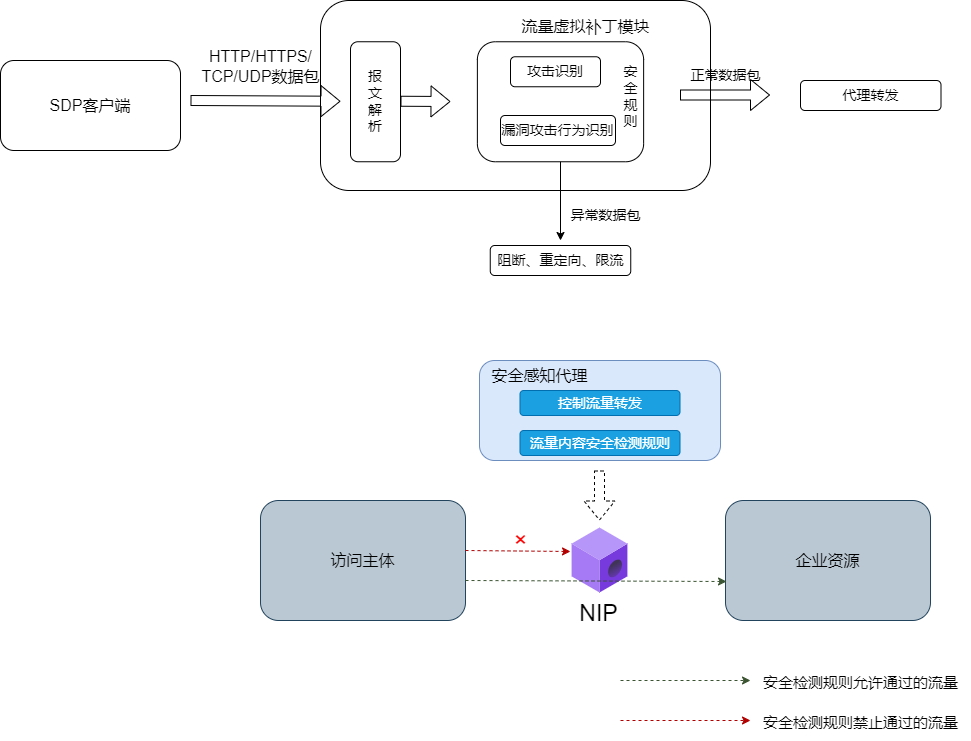
The draw.io diagram testDirectory/虚拟补丁.drawio.png in Moose1273/-, before a commit. Source tidied: cells renumbered, new cells last; positions are measured from the earlier drawing's top-left corner, leaving out a move shared by most shapes.
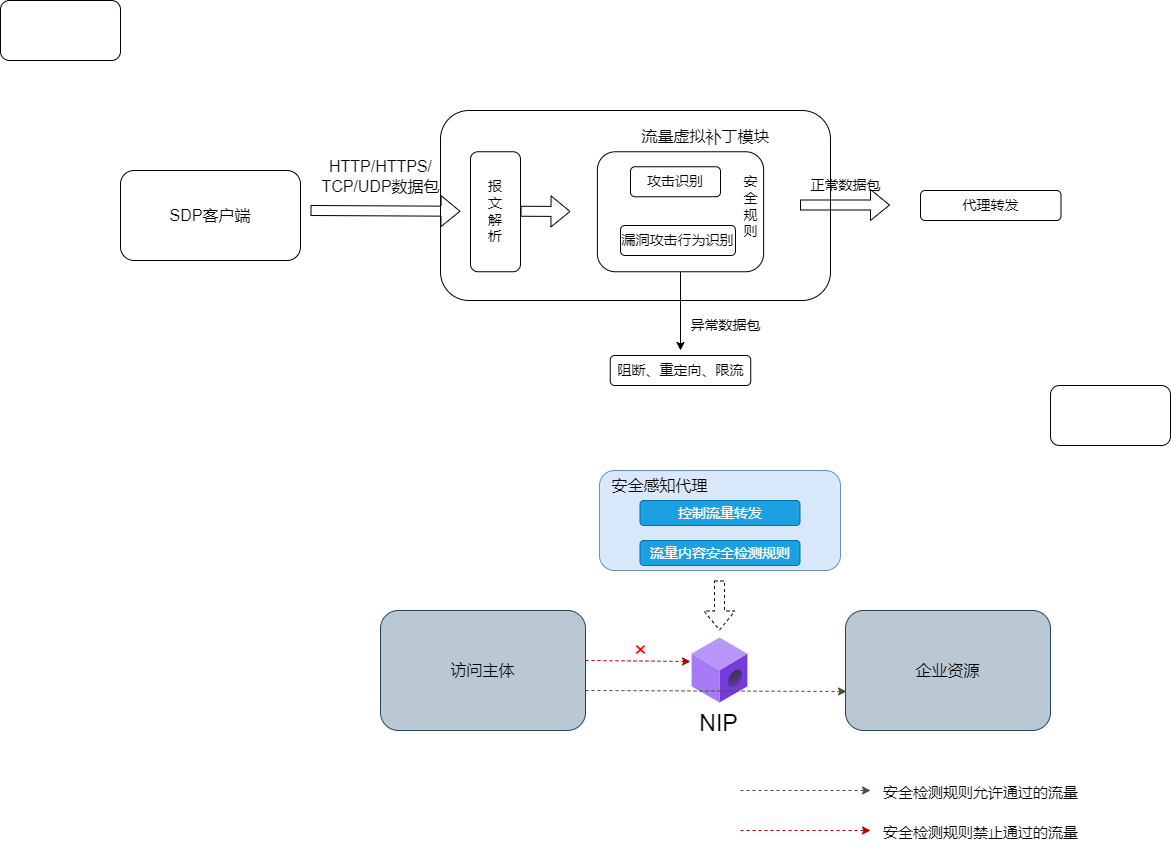
The same file after the commit.

Commit message:
更新虚拟补丁.drawio.png

The edit, as a diff of the source:
```diff
@@ -126,5 +126,11 @@
     <mxCell id="34" value="代理转发" style="rounded=1;whiteSpace=wrap;html=1;fontSize=14;" parent="1" vertex="1">
       <mxGeometry x="800" y="80" width="140.5" height="30" as="geometry" />
     </mxCell>
+    <mxCell id="35" style="rounded=1;whiteSpace=wrap;html=1;fontSize=16;" parent="1" vertex="1">
+      <mxGeometry x="-120" y="-110" width="120" height="60" as="geometry" />
+    </mxCell>
+    <mxCell id="36" style="rounded=1;whiteSpace=wrap;html=1;fontSize=16;" parent="1" vertex="1">
+      <mxGeometry x="930" y="275" width="120" height="60" as="geometry" />
+    </mxCell>
   </root>
 </mxGraphModel>
```
